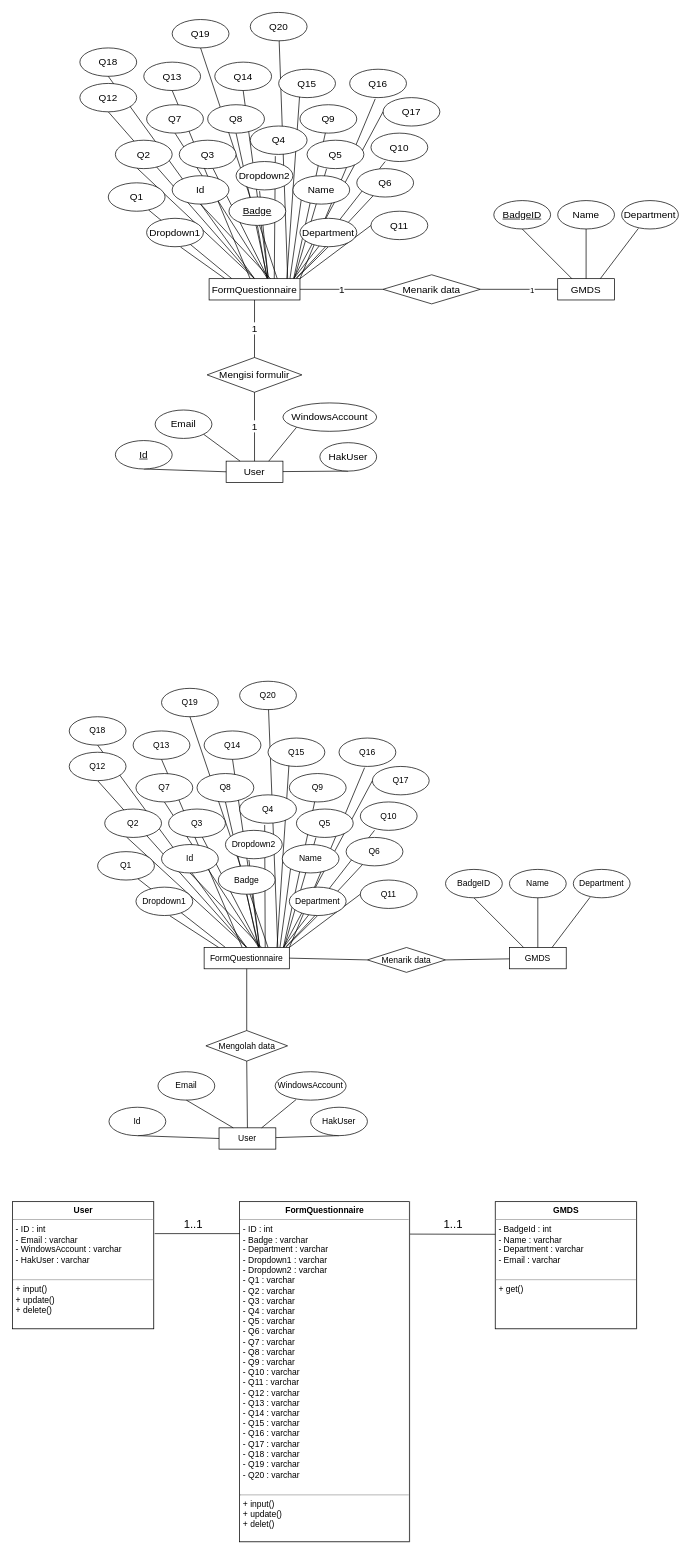
Above: erd Diagram.drawio in gabriella-029/erd (draw.io), before the change. Source tidied: cells renumbered, new cells numbered last; positions are measured from the earlier drawing's top-left corner, leaving out a move shared by most shapes. Both pictures are drawn from the tidied source at 71%, with x=0, y=0 at pixel (12, 12).
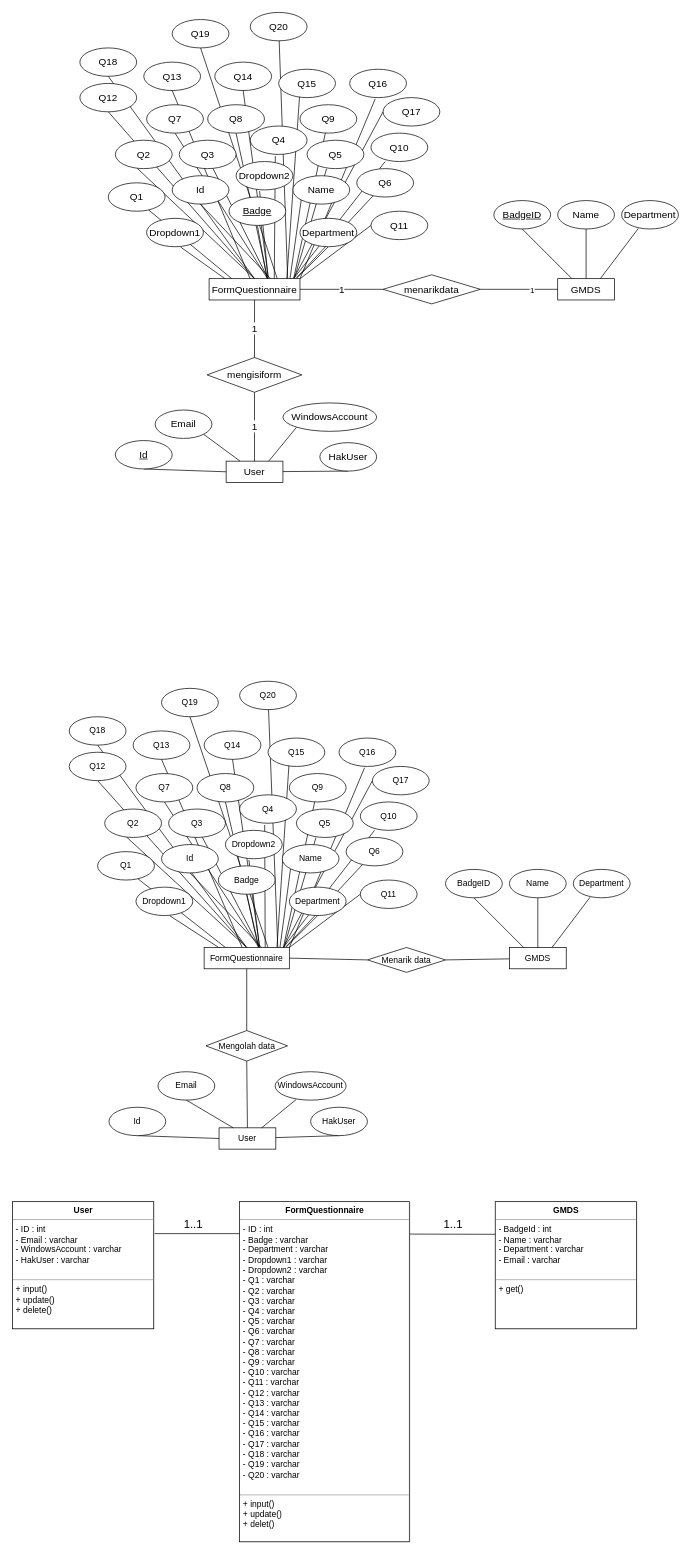
The same page after the edit.

The edit, as a diff of the source:
```diff
@@
-    <mxCell id="70" value="Menarik data" style="rhombus;whiteSpace=wrap;html=1;fontSize=14;" parent="1" vertex="1">
+    <mxCell id="70" value="menarikdata" style="rhombus;whiteSpace=wrap;html=1;fontSize=14;" parent="1" vertex="1">
       <mxGeometry x="522" y="369.5" width="137" height="41" as="geometry" />
     </mxCell>
-    <mxCell id="71" value="Mengisi formulir" style="rhombus;whiteSpace=wrap;html=1;fontSize=14;" parent="1" vertex="1">
+    <mxCell id="71" value="mengisiform" style="rhombus;whiteSpace=wrap;html=1;fontSize=14;" parent="1" vertex="1">
       <mxGeometry x="274.2" y="486" width="133.5" height="49" as="geometry" />
     </mxCell>
```
